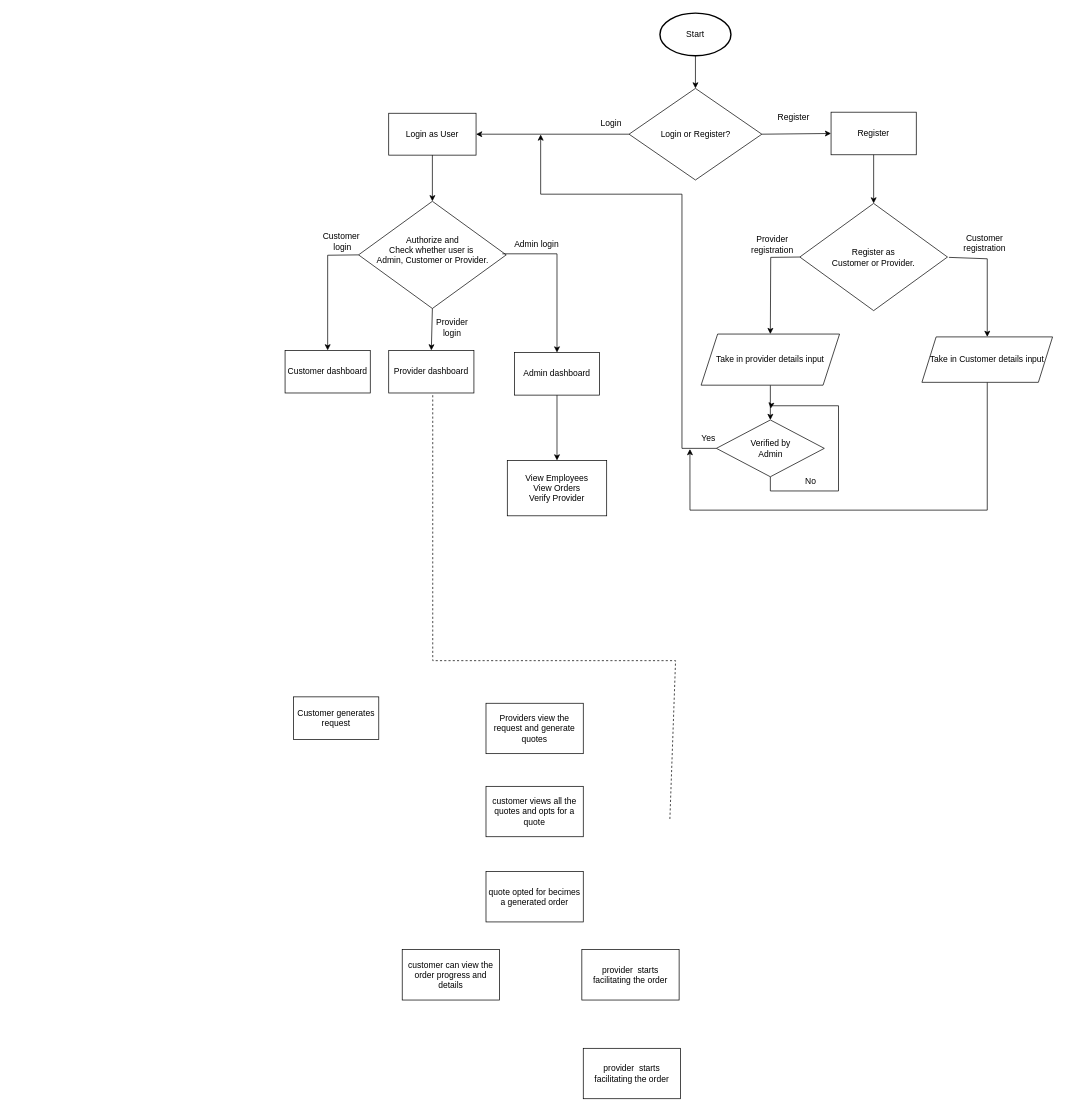
Earlier version of the draw.io diagram go-vya flowchart.drawio (norsechurros/Diagrams). Source tidied: cells renumbered, new cells numbered last; positions are measured from the earlier drawing's top-left corner, leaving out a move shared by most shapes. Both pictures are drawn from the tidied source at 71%, with x=0, y=0 at pixel (285, 13).
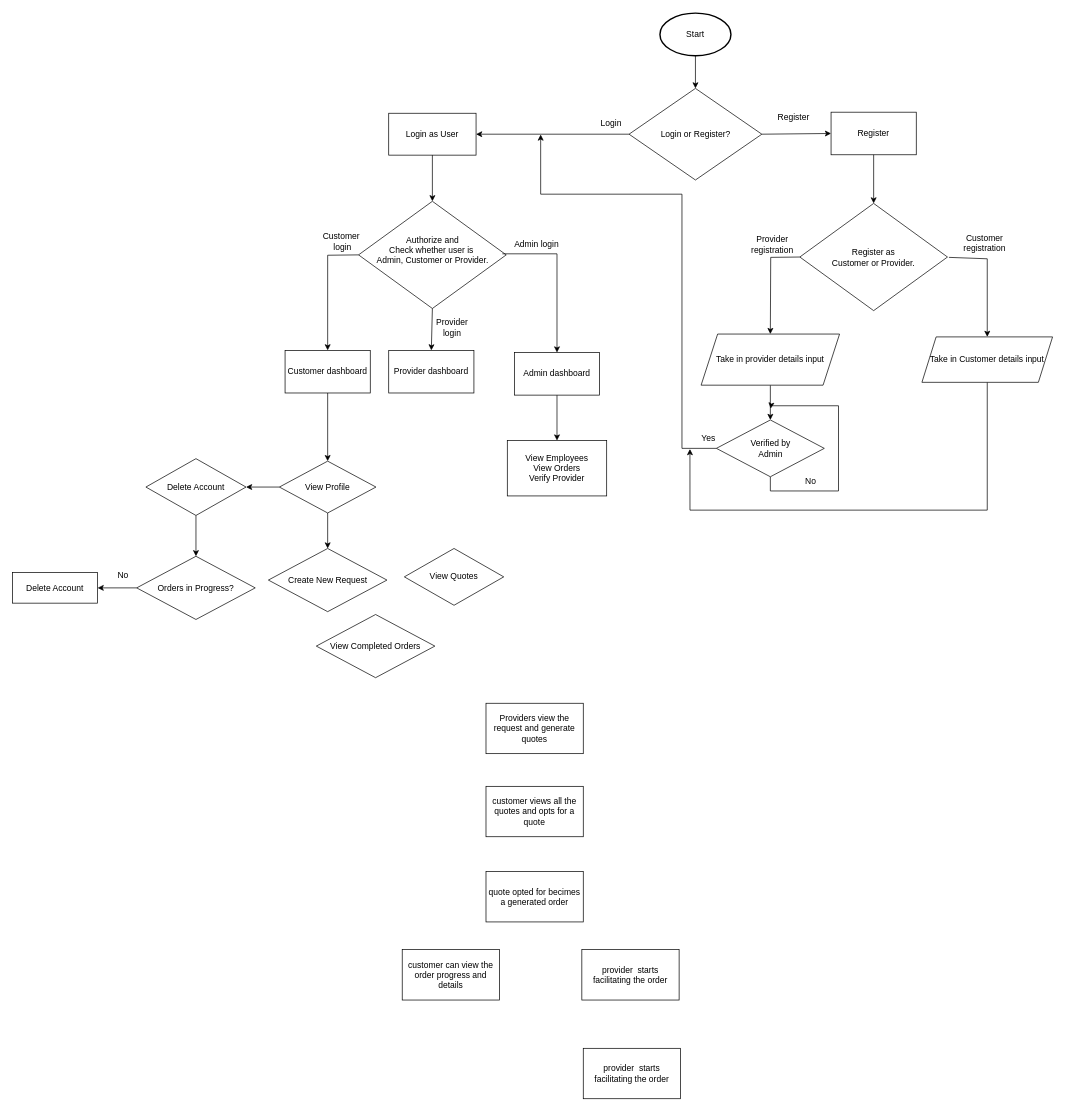
The same page after the edit.

The change refers to these unchanged cells:
```xml
<mxCell id="9" value="&lt;div&gt;Customer dashboard&lt;/div&gt;" style="rounded=0;whiteSpace=wrap;html=1;" parent="1" vertex="1">
  <mxGeometry y="475" width="120" height="60" as="geometry" />
</mxCell>
```

The edit, as a diff of the source:
```diff
@@
+    <mxCell id="47" style="edgeStyle=orthogonalEdgeStyle;rounded=0;jettySize=auto;html=1;exitX=0.5;exitY=1;exitDx=0;exitDy=0;entryX=0.5;entryY=0;entryDx=0;entryDy=0;" parent="1" edge="1" source="9" target="50">
+      <mxGeometry relative="1" as="geometry" />
+    </mxCell>
@@
-    <mxCell id="12" value="Customer generates request" style="rounded=0;whiteSpace=wrap;html=1;" parent="1" vertex="1">
-      <mxGeometry x="12" y="963" width="120" height="60" as="geometry" />
-    </mxCell>
@@
-    <mxCell id="45" style="endArrow=none;dashed=1;html=1;rounded=0;" parent="1" edge="1">
-      <mxGeometry relative="1" as="geometry">
-        <mxPoint x="542" y="1135" as="sourcePoint" />
-        <mxPoint x="208" y="538" as="targetPoint" />
-        <Array as="points">
-          <mxPoint x="550" y="912" />
-          <mxPoint x="208" y="912" />
-        </Array>
-      </mxGeometry>
-    </mxCell>
     <mxCell id="46" value="&lt;div&gt;View Employees&lt;/div&gt;&lt;div&gt;View Orders&lt;/div&gt;&lt;div&gt;Verify Provider&lt;br&gt;&lt;/div&gt;" style="rounded=0;whiteSpace=wrap;html=1;" parent="1" vertex="1">
-      <mxGeometry x="313" y="630" width="140" height="78" as="geometry" />
+      <mxGeometry x="313" y="602" width="140" height="78" as="geometry" />
     </mxCell>
+    <mxCell id="48" style="edgeStyle=orthogonalEdgeStyle;rounded=0;jettySize=auto;html=1;exitX=0.5;exitY=1;exitDx=0;exitDy=0;entryX=0.5;entryY=0;entryDx=0;entryDy=0;" parent="1" edge="1" source="50" target="51">
+      <mxGeometry relative="1" as="geometry" />
+    </mxCell>
+    <mxCell id="49" style="edgeStyle=orthogonalEdgeStyle;rounded=0;jettySize=auto;html=1;" parent="1" edge="1" source="50" target="56">
+      <mxGeometry relative="1" as="geometry" />
+    </mxCell>
+    <mxCell id="50" value="View Profile" style="rhombus;whiteSpace=wrap;html=1;" parent="1" vertex="1">
+      <mxGeometry x="-8" y="631" width="136" height="73" as="geometry" />
+    </mxCell>
+    <mxCell id="51" value="Create New Request" style="rhombus;whiteSpace=wrap;html=1;" parent="1" vertex="1">
+      <mxGeometry x="-23.5" y="754" width="167" height="89" as="geometry" />
+    </mxCell>
+    <mxCell id="52" value="&lt;div&gt;View Quotes&lt;/div&gt;" style="rhombus;whiteSpace=wrap;html=1;" parent="1" vertex="1">
+      <mxGeometry x="168" y="754" width="140" height="80" as="geometry" />
+    </mxCell>
+    <mxCell id="53" value="&lt;div&gt;Orders in Progress?&lt;/div&gt;" style="rhombus;whiteSpace=wrap;html=1;" parent="1" vertex="1">
+      <mxGeometry x="-209" y="765" width="167" height="89" as="geometry" />
+    </mxCell>
+    <mxCell id="54" value="View Completed Orders" style="rhombus;whiteSpace=wrap;html=1;" parent="1" vertex="1">
+      <mxGeometry x="44" y="847" width="167" height="89" as="geometry" />
+    </mxCell>
+    <mxCell id="55" style="edgeStyle=orthogonalEdgeStyle;rounded=0;jettySize=auto;html=1;entryX=0.5;entryY=0;entryDx=0;entryDy=0;" parent="1" edge="1" source="56" target="53">
+      <mxGeometry relative="1" as="geometry" />
+    </mxCell>
+    <mxCell id="56" value="Delete Account" style="rhombus;whiteSpace=wrap;html=1;" parent="1" vertex="1">
+      <mxGeometry x="-196" y="627.5" width="141" height="80" as="geometry" />
+    </mxCell>
+    <mxCell id="57" value="Delete Account" style="rounded=0;whiteSpace=wrap;html=1;" parent="1" vertex="1">
+      <mxGeometry x="-384" y="788" width="120" height="43" as="geometry" />
+    </mxCell>
+    <mxCell id="58" value="No" style="text;html=1;align=center;verticalAlign=middle;whiteSpace=wrap;rounded=0;" parent="1" vertex="1">
+      <mxGeometry x="-258" y="777" width="60" height="30" as="geometry" />
+    </mxCell>
+    <mxCell id="59" style="endArrow=classic;html=1;rounded=0;entryX=1;entryY=0.5;entryDx=0;entryDy=0;exitX=0;exitY=0.5;exitDx=0;exitDy=0;" parent="1" edge="1" source="53" target="57">
+      <mxGeometry relative="1" as="geometry" />
+    </mxCell>
```
